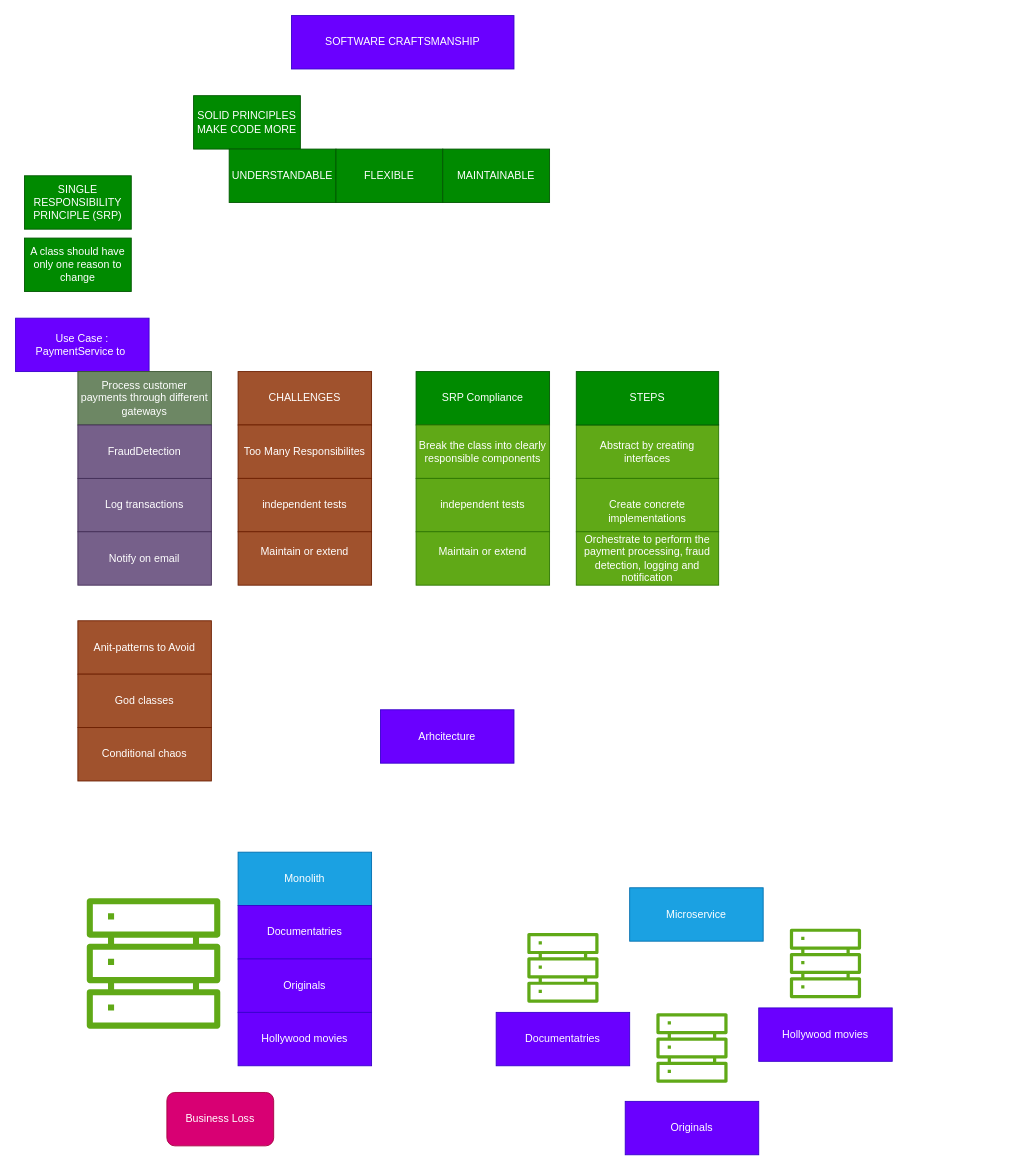
Earlier version of the draw.io diagram page "SOLID PRINCIPLES" (16 of 16) of Diagrams/New Features Java.drawio (THRGLO02MAY2025GIT-HUB/THRGLO02MAY2025GIT-REPO). Source tidied: cells renumbered, new cells numbered last; positions are measured from the earlier drawing's top-left corner, leaving out a move shared by most shapes. Both pictures are drawn from the tidied source at 89%, with x=0, y=0 at pixel (15, 15).
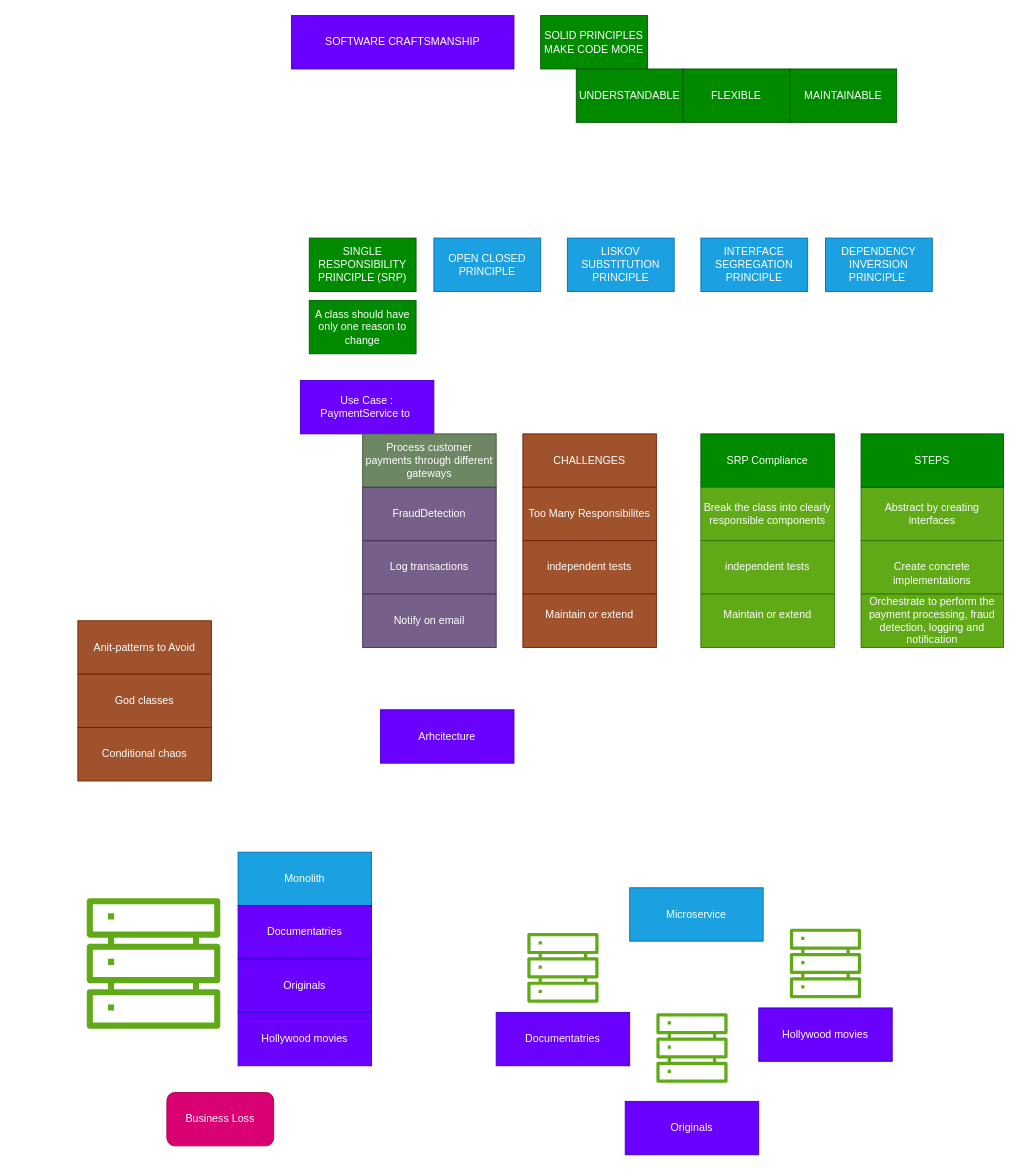
Above is the later version.

What changed in the source:
```diff
@@
     <mxCell id="2" value="SOLID PRINCIPLES&lt;div&gt;MAKE CODE MORE&lt;/div&gt;" style="rounded=0;whiteSpace=wrap;html=1;fillColor=#008a00;fontColor=#ffffff;strokeColor=#005700;" parent="1" vertex="1">
-      <mxGeometry x="200" y="90" width="120" height="60" as="geometry" />
+      <mxGeometry x="590" width="120" height="60" as="geometry" />
     </mxCell>
     <mxCell id="3" value="SINGLE RESPONSIBILITY PRINCIPLE (SRP)" style="rounded=0;whiteSpace=wrap;html=1;fillColor=#008a00;fontColor=#ffffff;strokeColor=#005700;" parent="1" vertex="1">
-      <mxGeometry x="10" y="180" width="120" height="60" as="geometry" />
+      <mxGeometry x="330" y="250" width="120" height="60" as="geometry" />
     </mxCell>
     <mxCell id="4" value="Use Case : PaymentService to&amp;nbsp;" style="rounded=0;whiteSpace=wrap;html=1;fillColor=#6a00ff;fontColor=#ffffff;strokeColor=#3700CC;" parent="1" vertex="1">
-      <mxGeometry y="340" width="150" height="60" as="geometry" />
+      <mxGeometry x="320" y="410" width="150" height="60" as="geometry" />
     </mxCell>
     <mxCell id="5" value="UNDERSTANDABLE" style="rounded=0;whiteSpace=wrap;html=1;fillColor=#008a00;fontColor=#ffffff;strokeColor=#005700;" parent="1" vertex="1">
-      <mxGeometry x="240" y="150" width="120" height="60" as="geometry" />
+      <mxGeometry x="630" y="60" width="120" height="60" as="geometry" />
     </mxCell>
     <mxCell id="6" value="FLEXIBLE" style="rounded=0;whiteSpace=wrap;html=1;fillColor=#008a00;fontColor=#ffffff;strokeColor=#005700;" parent="1" vertex="1">
-      <mxGeometry x="360" y="150" width="120" height="60" as="geometry" />
+      <mxGeometry x="750" y="60" width="120" height="60" as="geometry" />
     </mxCell>
     <mxCell id="7" value="MAINTAINABLE" style="rounded=0;whiteSpace=wrap;html=1;fillColor=#008a00;fontColor=#ffffff;strokeColor=#005700;" parent="1" vertex="1">
-      <mxGeometry x="480" y="150" width="120" height="60" as="geometry" />
+      <mxGeometry x="870" y="60" width="120" height="60" as="geometry" />
     </mxCell>
@@
     <mxCell id="9" value="A class should have only one reason to change" style="rounded=0;whiteSpace=wrap;html=1;fillColor=#008a00;fontColor=#ffffff;strokeColor=#005700;" parent="1" vertex="1">
-      <mxGeometry x="10" y="250" width="120" height="60" as="geometry" />
+      <mxGeometry x="330" y="320" width="120" height="60" as="geometry" />
     </mxCell>
     <mxCell id="10" value="Process customer payments through different gateways" style="rounded=0;whiteSpace=wrap;html=1;fillColor=#6d8764;fontColor=#ffffff;strokeColor=#3A5431;" parent="1" vertex="1">
-      <mxGeometry x="70" y="400" width="150" height="60" as="geometry" />
+      <mxGeometry x="390" y="470" width="150" height="60" as="geometry" />
     </mxCell>
     <mxCell id="11" value="Log transactions" style="rounded=0;whiteSpace=wrap;html=1;fillColor=#76608a;fontColor=#ffffff;strokeColor=#432D57;" parent="1" vertex="1">
-      <mxGeometry x="70" y="520" width="150" height="60" as="geometry" />
+      <mxGeometry x="390" y="590" width="150" height="60" as="geometry" />
     </mxCell>
     <mxCell id="12" value="Notify on email" style="rounded=0;whiteSpace=wrap;html=1;fillColor=#76608a;fontColor=#ffffff;strokeColor=#432D57;" parent="1" vertex="1">
-      <mxGeometry x="70" y="580" width="150" height="60" as="geometry" />
+      <mxGeometry x="390" y="650" width="150" height="60" as="geometry" />
     </mxCell>
     <mxCell id="13" value="FraudDetection" style="rounded=0;whiteSpace=wrap;html=1;fillColor=#76608a;fontColor=#ffffff;strokeColor=#432D57;" parent="1" vertex="1">
-      <mxGeometry x="70" y="460" width="150" height="60" as="geometry" />
+      <mxGeometry x="390" y="530" width="150" height="60" as="geometry" />
     </mxCell>
     <mxCell id="14" value="CHALLENGES" style="rounded=0;whiteSpace=wrap;html=1;fillColor=#a0522d;fontColor=#ffffff;strokeColor=#6D1F00;" parent="1" vertex="1">
-      <mxGeometry x="250" y="400" width="150" height="60" as="geometry" />
+      <mxGeometry x="570" y="470" width="150" height="60" as="geometry" />
     </mxCell>
     <mxCell id="15" value="Too Many Responsibilites" style="rounded=0;whiteSpace=wrap;html=1;fillColor=#a0522d;fontColor=#ffffff;strokeColor=#6D1F00;" parent="1" vertex="1">
-      <mxGeometry x="250" y="460" width="150" height="60" as="geometry" />
+      <mxGeometry x="570" y="530" width="150" height="60" as="geometry" />
     </mxCell>
     <mxCell id="16" value="independent tests" style="rounded=0;whiteSpace=wrap;html=1;fillColor=#a0522d;fontColor=#ffffff;strokeColor=#6D1F00;" parent="1" vertex="1">
-      <mxGeometry x="250" y="520" width="150" height="60" as="geometry" />
+      <mxGeometry x="570" y="590" width="150" height="60" as="geometry" />
     </mxCell>
     <mxCell id="17" value="Maintain or extend&lt;div&gt;&lt;br&gt;&lt;/div&gt;" style="rounded=0;whiteSpace=wrap;html=1;fillColor=#a0522d;fontColor=#ffffff;strokeColor=#6D1F00;" parent="1" vertex="1">
-      <mxGeometry x="250" y="580" width="150" height="60" as="geometry" />
+      <mxGeometry x="570" y="650" width="150" height="60" as="geometry" />
     </mxCell>
     <mxCell id="18" value="SRP Compliance" style="rounded=0;whiteSpace=wrap;html=1;fillColor=#008a00;fontColor=#ffffff;strokeColor=#005700;" parent="1" vertex="1">
-      <mxGeometry x="450" y="400" width="150" height="60" as="geometry" />
+      <mxGeometry x="770" y="470" width="150" height="60" as="geometry" />
     </mxCell>
     <mxCell id="19" value="Break the class into clearly responsible components" style="rounded=0;whiteSpace=wrap;html=1;fillColor=#60a917;fontColor=#ffffff;strokeColor=#2D7600;" parent="1" vertex="1">
-      <mxGeometry x="450" y="460" width="150" height="60" as="geometry" />
+      <mxGeometry x="770" y="530" width="150" height="60" as="geometry" />
     </mxCell>
     <mxCell id="20" value="independent tests" style="rounded=0;whiteSpace=wrap;html=1;fillColor=#60a917;fontColor=#ffffff;strokeColor=#2D7600;" parent="1" vertex="1">
-      <mxGeometry x="450" y="520" width="150" height="60" as="geometry" />
+      <mxGeometry x="770" y="590" width="150" height="60" as="geometry" />
     </mxCell>
     <mxCell id="21" value="Maintain or extend&lt;div&gt;&lt;br&gt;&lt;/div&gt;" style="rounded=0;whiteSpace=wrap;html=1;fillColor=#60a917;fontColor=#ffffff;strokeColor=#2D7600;" parent="1" vertex="1">
-      <mxGeometry x="450" y="580" width="150" height="60" as="geometry" />
+      <mxGeometry x="770" y="650" width="150" height="60" as="geometry" />
     </mxCell>
     <mxCell id="22" value="Abstract by creating interfaces" style="rounded=0;whiteSpace=wrap;html=1;fillColor=#60a917;fontColor=#ffffff;strokeColor=#2D7600;" parent="1" vertex="1">
-      <mxGeometry x="630" y="460" width="160" height="60" as="geometry" />
+      <mxGeometry x="950" y="530" width="160" height="60" as="geometry" />
     </mxCell>
     <mxCell id="23" value="STEPS" style="rounded=0;whiteSpace=wrap;html=1;fillColor=#008a00;fontColor=#ffffff;strokeColor=#005700;" parent="1" vertex="1">
-      <mxGeometry x="630" y="400" width="160" height="60" as="geometry" />
+      <mxGeometry x="950" y="470" width="160" height="60" as="geometry" />
     </mxCell>
     <mxCell id="24" value="&lt;br&gt;Create concrete implementations" style="rounded=0;whiteSpace=wrap;html=1;fillColor=#60a917;fontColor=#ffffff;strokeColor=#2D7600;" parent="1" vertex="1">
-      <mxGeometry x="630" y="520" width="160" height="60" as="geometry" />
+      <mxGeometry x="950" y="590" width="160" height="60" as="geometry" />
     </mxCell>
     <mxCell id="25" value="Orchestrate to perform the payment processing, fraud detection, logging and notification" style="rounded=0;whiteSpace=wrap;html=1;fillColor=#60a917;fontColor=#ffffff;strokeColor=#2D7600;" parent="1" vertex="1">
-      <mxGeometry x="630" y="580" width="160" height="60" as="geometry" />
+      <mxGeometry x="950" y="650" width="160" height="60" as="geometry" />
     </mxCell>
@@
+    <mxCell id="43" value="OPEN CLOSED PRINCIPLE" style="rounded=0;whiteSpace=wrap;html=1;fillColor=#1ba1e2;fontColor=#ffffff;strokeColor=#006EAF;" parent="1" vertex="1">
+      <mxGeometry x="470" y="250" width="120" height="60" as="geometry" />
+    </mxCell>
+    <mxCell id="44" value="LISKOV SUBSTITUTION PRINCIPLE" style="rounded=0;whiteSpace=wrap;html=1;fillColor=#1ba1e2;fontColor=#ffffff;strokeColor=#006EAF;" parent="1" vertex="1">
+      <mxGeometry x="620" y="250" width="120" height="60" as="geometry" />
+    </mxCell>
+    <mxCell id="45" value="INTERFACE SEGREGATION PRINCIPLE" style="rounded=0;whiteSpace=wrap;html=1;fillColor=#1ba1e2;fontColor=#ffffff;strokeColor=#006EAF;" parent="1" vertex="1">
+      <mxGeometry x="770" y="250" width="120" height="60" as="geometry" />
+    </mxCell>
+    <mxCell id="46" value="DEPENDENCY INVERSION PRINCIPLE&amp;nbsp;" style="rounded=0;whiteSpace=wrap;html=1;fillColor=#1ba1e2;fontColor=#ffffff;strokeColor=#006EAF;" parent="1" vertex="1">
+      <mxGeometry x="910" y="250" width="120" height="60" as="geometry" />
+    </mxCell>
```
